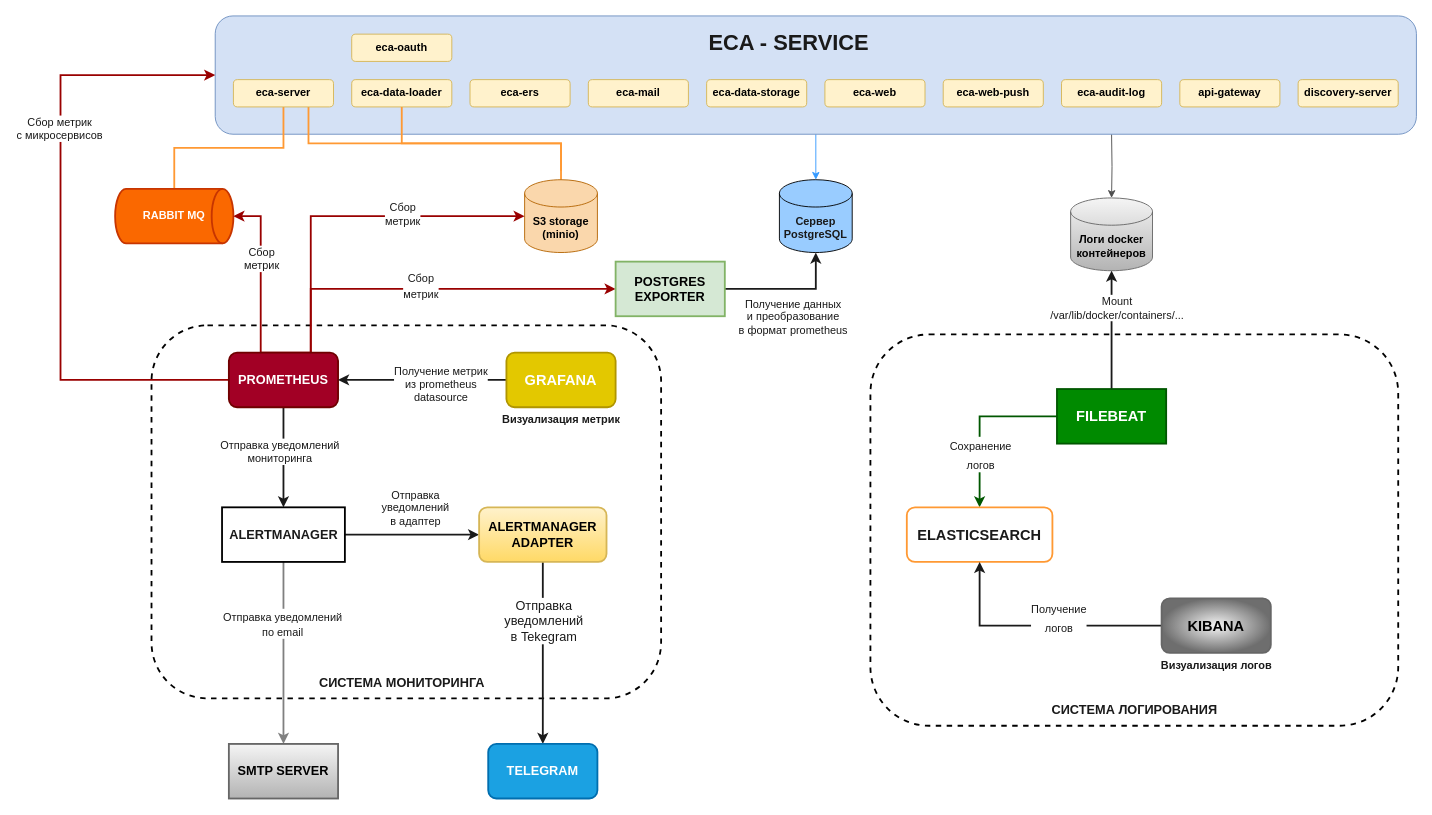
Earlier version of the draw.io diagram doc/schemas/eca-service-ss-architecture.drawio (Stonnos/eca-service). Source tidied: cells renumbered, new cells numbered last; positions are measured from the earlier drawing's top-left corner, leaving out a move shared by most shapes. Both pictures are drawn from the tidied source at 91%, with x=0, y=0 at pixel (60, 15).
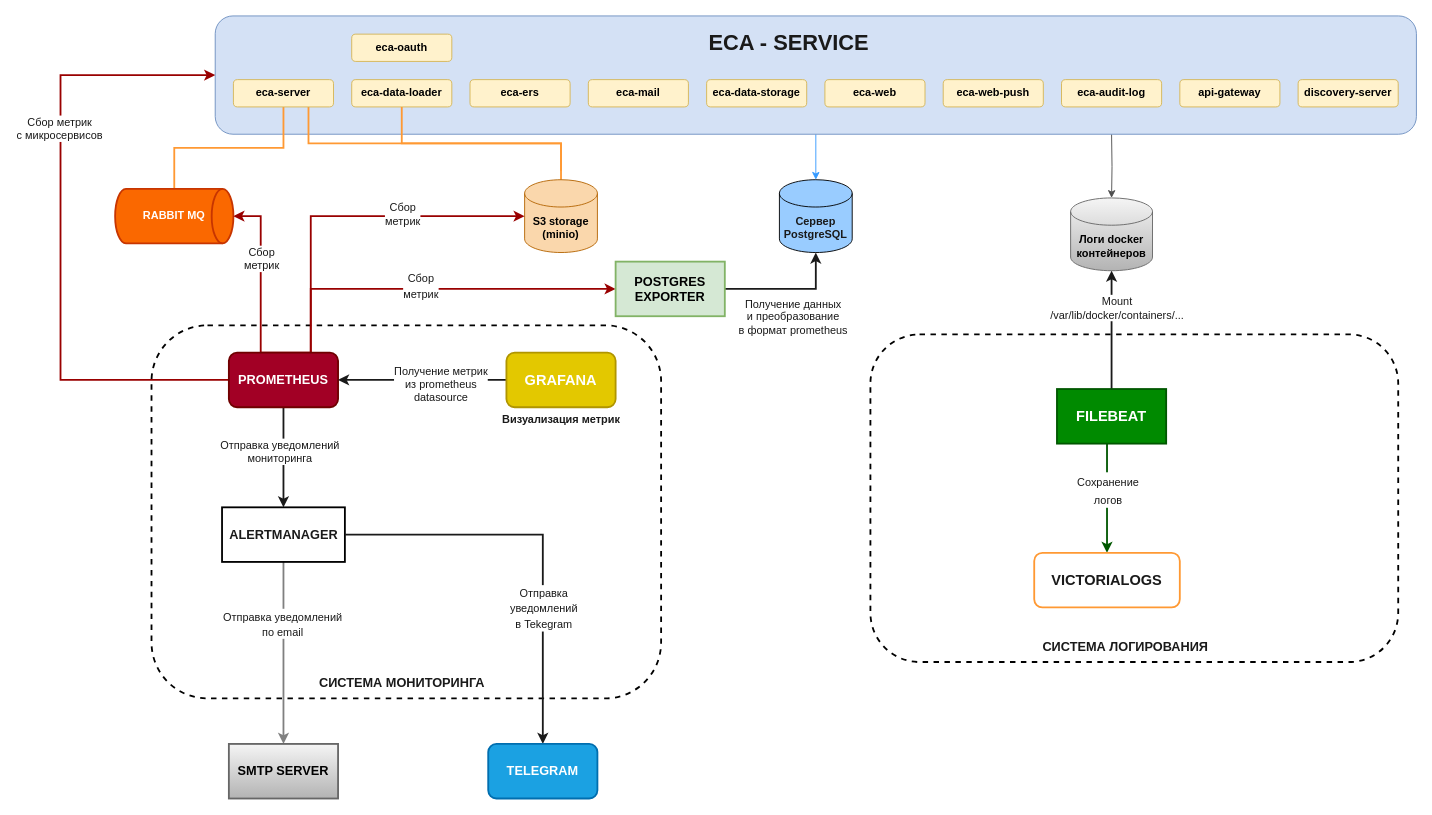
After the change.

The change refers to these unchanged cells:
```xml
<mxCell id="41" value="&lt;font style=&quot;font-size: 14px;&quot;&gt;&lt;b&gt;ALERTMANAGER&lt;/b&gt;&lt;/font&gt;" style="rounded=0;whiteSpace=wrap;html=1;fontSize=12;fontColor=#1A1A1A;strokeWidth=2;fillColor=#FFFFFF;" parent="1" vertex="1">
  <mxGeometry x="177.5" y="540" width="135" height="60" as="geometry" />
</mxCell>
<mxCell id="47" value="&lt;font style=&quot;font-size: 14px;&quot;&gt;&lt;b&gt;TELEGRAM&lt;/b&gt;&lt;/font&gt;" style="rounded=1;whiteSpace=wrap;html=1;fontSize=12;fontColor=#ffffff;strokeWidth=2;fillColor=#1ba1e2;strokeColor=#006EAF;" parent="1" vertex="1">
  <mxGeometry x="470" y="800" width="120" height="60" as="geometry" />
</mxCell>
<mxCell id="52" value="&lt;b&gt;&lt;font style=&quot;font-size: 16px;&quot;&gt;FILEBEAT&lt;/font&gt;&lt;/b&gt;" style="rounded=0;whiteSpace=wrap;html=1;fontSize=14;fontColor=#ffffff;strokeWidth=2;fillColor=#008a00;strokeColor=#005700;" parent="1" vertex="1">
  <mxGeometry x="1095" y="410" width="120" height="60" as="geometry" />
</mxCell>
```

Change to the diagram source:
```diff
@@
-    <mxCell id="37" style="edgeStyle=orthogonalEdgeStyle;rounded=0;jettySize=auto;html=1;exitX=1;exitY=0.5;exitDx=0;exitDy=0;entryX=0;entryY=0.5;entryDx=0;entryDy=0;fontSize=14;fontColor=#1A1A1A;endArrow=classic;endFill=1;strokeColor=#1A1A1A;strokeWidth=2;" parent="1" edge="1" source="41" target="44">
-      <mxGeometry relative="1" as="geometry" />
-    </mxCell>
-    <mxCell id="38" value="Отправка&lt;br&gt;уведомлений&lt;br&gt;в адаптер" style="edgeLabel;html=1;align=center;verticalAlign=middle;fontSize=12;fontColor=#1A1A1A;" parent="37" vertex="1">
-      <mxGeometry x="0.29" y="-5" relative="1" as="geometry">
-        <mxPoint x="-18" y="-35" as="offset" />
-      </mxGeometry>
-    </mxCell>
@@
-    <mxCell id="42" style="edgeStyle=orthogonalEdgeStyle;rounded=0;jettySize=auto;html=1;exitX=0.5;exitY=1;exitDx=0;exitDy=0;entryX=0.5;entryY=0;entryDx=0;entryDy=0;fontSize=14;fontColor=#1A1A1A;endArrow=classic;endFill=1;strokeColor=#1A1A1A;strokeWidth=2;" parent="1" edge="1" source="44" target="47">
+    <mxCell id="42" style="edgeStyle=orthogonalEdgeStyle;rounded=0;jettySize=auto;html=1;entryX=0.5;entryY=0;entryDx=0;entryDy=0;fontSize=14;fontColor=#1A1A1A;endArrow=classic;endFill=1;strokeColor=#1A1A1A;strokeWidth=2;exitX=1;exitY=0.5;exitDx=0;exitDy=0;" parent="1" edge="1" source="41" target="47">
       <mxGeometry relative="1" as="geometry" />
     </mxCell>
-    <mxCell id="43" value="Отправка&lt;br&gt;уведомлений&lt;br&gt;в Tekegram" style="edgeLabel;html=1;align=center;verticalAlign=middle;fontSize=14;fontColor=#1A1A1A;" parent="42" vertex="1">
-      <mxGeometry x="-0.36" relative="1" as="geometry" />
+    <mxCell id="43" value="&lt;font style=&quot;font-size: 12px;&quot;&gt;Отправка&lt;br&gt;уведомлений&lt;br&gt;в Tekegram&lt;/font&gt;" style="edgeLabel;html=1;align=center;verticalAlign=middle;fontSize=14;fontColor=#1A1A1A;" parent="42" vertex="1">
+      <mxGeometry x="-0.36" relative="1" as="geometry">
+        <mxPoint x="75" y="80" as="offset" />
+      </mxGeometry>
     </mxCell>
-    <mxCell id="44" value="&lt;b&gt;ALERTMANAGER&lt;br&gt;ADAPTER&lt;/b&gt;" style="rounded=1;whiteSpace=wrap;html=1;fontSize=14;strokeWidth=2;fillColor=#fff2cc;strokeColor=#d6b656;gradientColor=#ffd966;" parent="1" vertex="1">
-      <mxGeometry x="460" y="540" width="140" height="60" as="geometry" />
-    </mxCell>
@@
     <mxCell id="48" style="rounded=1;whiteSpace=wrap;html=1;fontSize=14;fontColor=#1A1A1A;strokeWidth=2;fillColor=#FFFFFF;dashed=1;" parent="1" vertex="1">
-      <mxGeometry x="890" y="350" width="580" height="430" as="geometry" />
+      <mxGeometry x="890" y="350" width="580" height="360" as="geometry" />
     </mxCell>
@@
     <mxCell id="50" style="edgeStyle=orthogonalEdgeStyle;rounded=0;jettySize=auto;html=1;exitX=0;exitY=0.5;exitDx=0;exitDy=0;fontSize=16;fontColor=#1A1A1A;endArrow=classic;endFill=1;strokeColor=#005700;strokeWidth=2;fillColor=#008a00;" parent="1" edge="1" source="52" target="54">
-      <mxGeometry relative="1" as="geometry" />
+      <mxGeometry relative="1" as="geometry">
+        <Array as="points">
+          <mxPoint x="1150" y="440" />
+        </Array>
+      </mxGeometry>
     </mxCell>
@@
-    <mxCell id="54" value="&lt;b&gt;ELASTICSEARCH&lt;/b&gt;" style="rounded=1;whiteSpace=wrap;html=1;fontSize=16;fontColor=#1A1A1A;strokeWidth=2;fillColor=#FFFFFF;strokeColor=#FF9933;" parent="1" vertex="1">
-      <mxGeometry x="930" y="540" width="160" height="60" as="geometry" />
+    <mxCell id="54" value="&lt;b&gt;VICTORIALOGS&lt;/b&gt;" style="rounded=1;whiteSpace=wrap;html=1;fontSize=16;fontColor=#1A1A1A;strokeWidth=2;fillColor=#FFFFFF;strokeColor=#FF9933;" parent="1" vertex="1">
+      <mxGeometry x="1070" y="590" width="160" height="60" as="geometry" />
     </mxCell>
-    <mxCell id="55" style="edgeStyle=orthogonalEdgeStyle;rounded=0;jettySize=auto;html=1;exitX=0;exitY=0.5;exitDx=0;exitDy=0;entryX=0.5;entryY=1;entryDx=0;entryDy=0;fontSize=16;fontColor=#1A1A1A;endArrow=classic;endFill=1;strokeColor=#1A1A1A;strokeWidth=2;" parent="1" edge="1" source="57" target="54">
-      <mxGeometry relative="1" as="geometry" />
-    </mxCell>
-    <mxCell id="56" value="&lt;font style=&quot;font-size: 12px;&quot;&gt;Получение&lt;br&gt;логов&lt;/font&gt;" style="edgeLabel;html=1;align=center;verticalAlign=middle;fontSize=16;fontColor=#1A1A1A;" parent="55" vertex="1">
-      <mxGeometry x="-0.15" y="5" relative="1" as="geometry">
-        <mxPoint x="1" y="-15" as="offset" />
-      </mxGeometry>
-    </mxCell>
-    <mxCell id="57" value="&lt;b&gt;&lt;font style=&quot;font-size: 16px;&quot;&gt;KIBANA&lt;/font&gt;&lt;/b&gt;" style="rounded=1;whiteSpace=wrap;html=1;fontSize=12;strokeColor=#666666;strokeWidth=2;fillColor=#f5f5f5;gradientColor=#6E6E6E;gradientDirection=radial;" parent="1" vertex="1">
-      <mxGeometry x="1210" y="640" width="120" height="60" as="geometry" />
-    </mxCell>
-    <mxCell id="58" value="&lt;font style=&quot;font-size: 12px;&quot;&gt;Визуализация логов&lt;/font&gt;" style="text;strokeColor=none;fillColor=none;html=1;fontSize=24;fontStyle=1;verticalAlign=middle;align=center;fontColor=#1A1A1A;" parent="1" vertex="1">
-      <mxGeometry x="1220" y="690" width="100" height="40" as="geometry" />
-    </mxCell>
@@
     <mxCell id="60" value="&lt;font style=&quot;font-size: 14px;&quot;&gt;СИСТЕМА ЛОГИРОВАНИЯ&lt;/font&gt;" style="text;strokeColor=none;fillColor=none;html=1;fontSize=24;fontStyle=1;verticalAlign=middle;align=center;fontColor=#1A1A1A;" parent="1" vertex="1">
-      <mxGeometry x="1130" y="740" width="100" height="40" as="geometry" />
+      <mxGeometry x="1120" y="670" width="100" height="40" as="geometry" />
     </mxCell>
```
